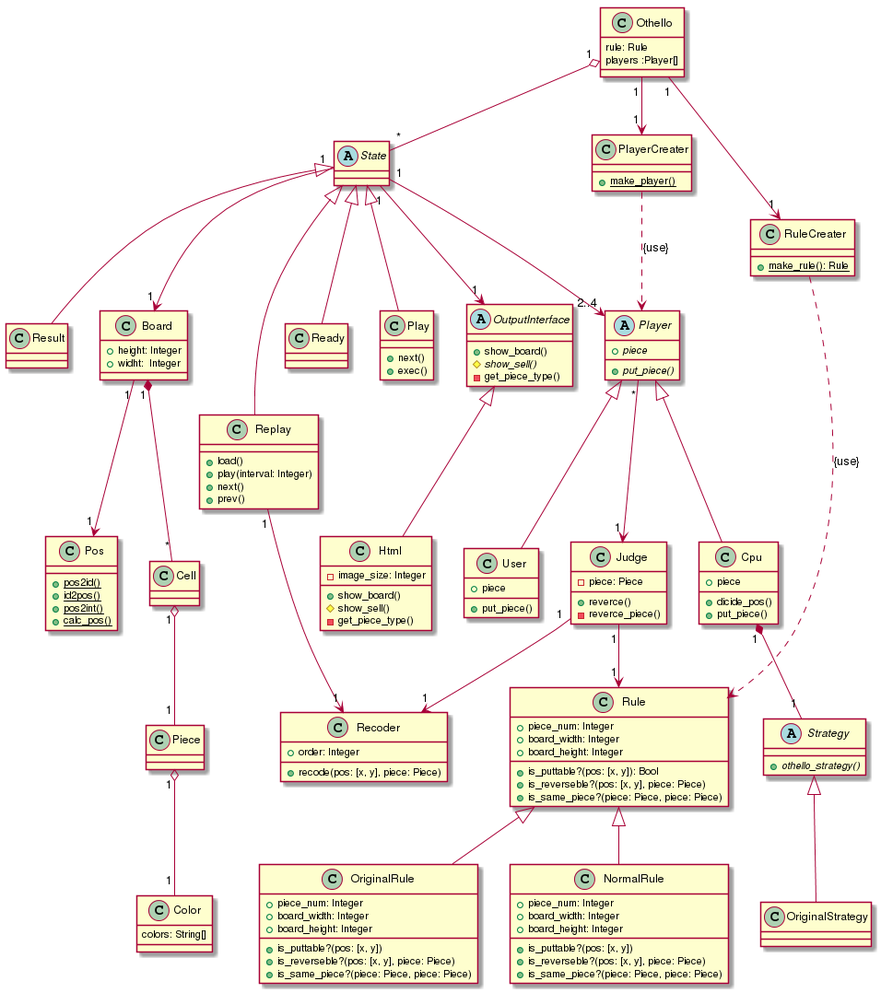
MaxMEllon/AppBox keeps this PlantUML diagram as uml/othello.png. Above is the earlier version.
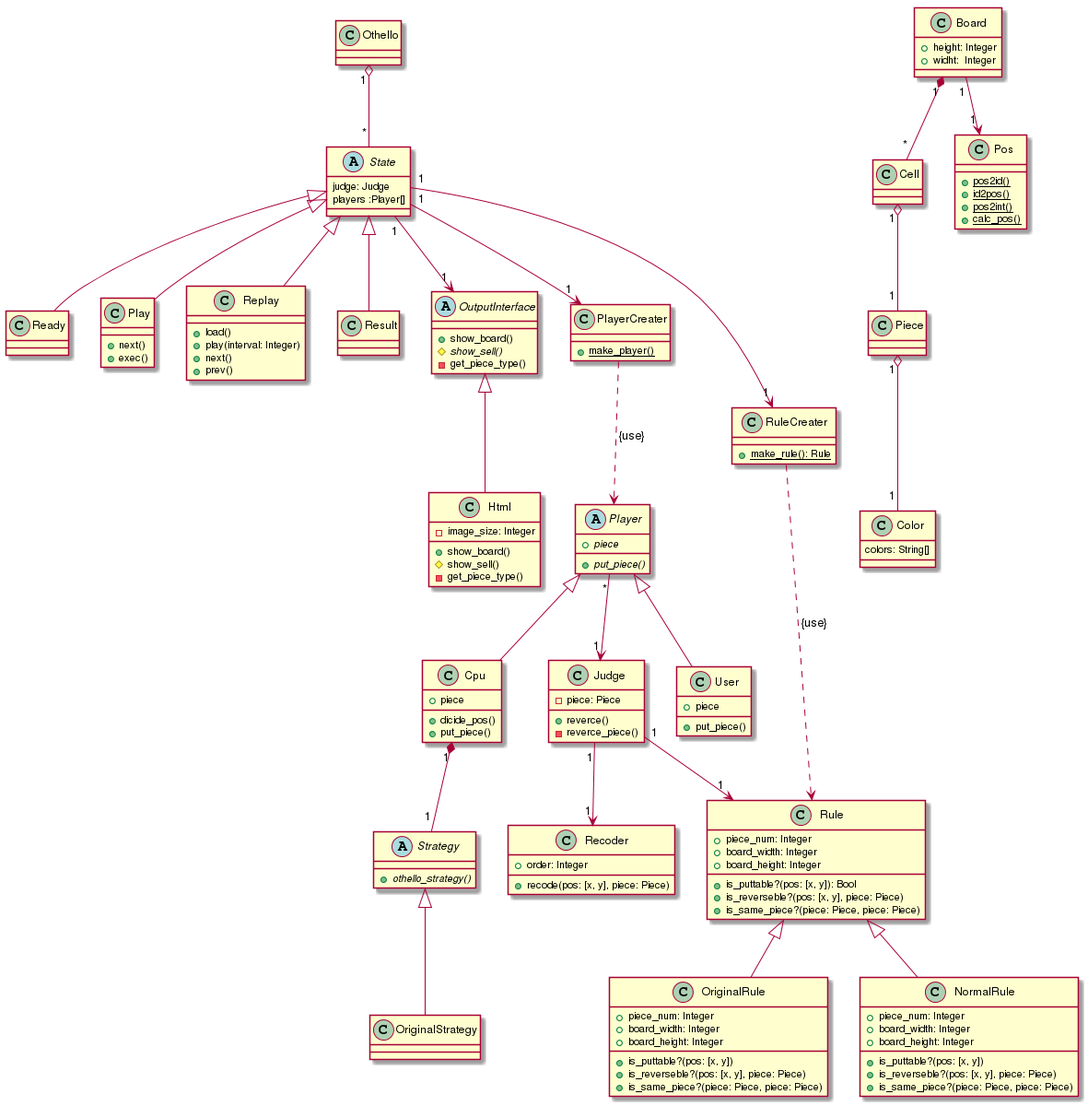
After the change.

The edit, as a diff of the source:
```diff
@@ -1,11 +1,11 @@
 @startuml{othello.png}
 
 class Othello {
-  rule: Rule
-  players :Player[]
 }
 
 abstract State {
+  judge: Judge
+  players :Player[]
 }
 
 class Board {
@@ -139,19 +139,15 @@
 
 
 Othello "1" o-- "*" State
-Othello "1" --> "1" PlayerCreater
-Othello "1" --> "1" RuleCreater
 
 State <|-- Ready
 State <|-- Play
 State <|-- Replay
 State <|-- Result
 
+State "1" --> "1" PlayerCreater
+State "1" --> "1" RuleCreater
 State "1" --> "1" OutputInterface
-State "1" --> "1" Board
-State "1" --> "2..4" Player
-
-Replay "1" --> "1" Recoder
 
 Board "1" --> "1" Pos
 Board "1" *-- "*" Cell
```
